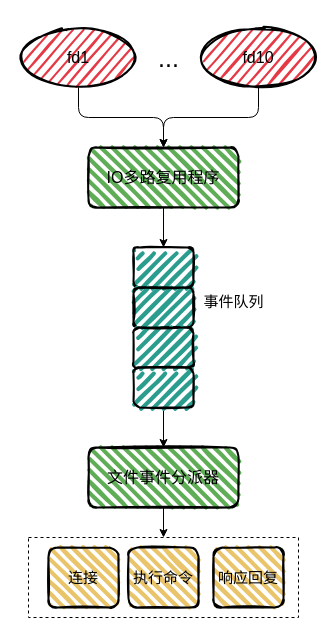
Above: redis/redis.drawio in boilingfrog/Go-POINT (draw.io), before the change. Source tidied: cells renumbered, new cells numbered last; positions are measured from the earlier drawing's top-left corner, leaving out a move shared by most shapes. Both pictures are drawn from the tidied source at 100%, with x=0, y=0 at pixel (18, 27).
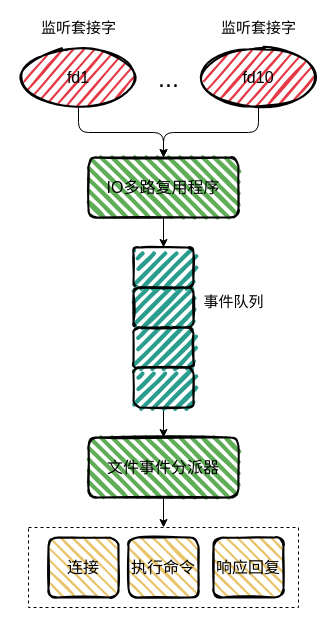
After the change.

Commit message (it also covers changes not shown here):
feat:redis 的 IO 多路复用

Diff of the diagram source:
```diff
@@
+    <mxCell id="20" style="verticalLabelPosition=bottom;verticalAlign=top;html=1;shape=mxgraph.basic.rect;fillColor2=none;strokeWidth=1;size=20;indent=5;fillColor=none;dashed=1;" parent="1" vertex="1">
+      <mxGeometry x="10" y="500" width="270" height="80" as="geometry" />
+    </mxCell>
@@
     <mxCell id="3" value="IO多路复用程序" style="rounded=1;whiteSpace=wrap;html=1;strokeWidth=2;fillWeight=4;hachureGap=8;hachureAngle=45;fillColor=#5FAD56;sketch=1;fontSize=16;" parent="1" vertex="1">
-      <mxGeometry x="70" y="120" width="150" height="60" as="geometry" />
+      <mxGeometry x="70" y="130" width="150" height="60" as="geometry" />
     </mxCell>
@@
     <mxCell id="5" value="fd1" style="ellipse;whiteSpace=wrap;html=1;strokeWidth=2;fillWeight=2;hachureGap=8;fillColor=#E63946;fillStyle=dots;sketch=1;fontSize=16;" parent="1" vertex="1">
-      <mxGeometry width="120" height="60" as="geometry" />
+      <mxGeometry y="20" width="120" height="60" as="geometry" />
     </mxCell>
@@
     <mxCell id="7" value="fd10" style="ellipse;whiteSpace=wrap;html=1;strokeWidth=2;fillWeight=2;hachureGap=8;fillColor=#E63946;fillStyle=dots;sketch=1;fontSize=16;" parent="1" vertex="1">
-      <mxGeometry x="180" width="120" height="60" as="geometry" />
+      <mxGeometry x="180" y="20" width="120" height="60" as="geometry" />
     </mxCell>
     <mxCell id="8" value="&lt;font style=&quot;font-size: 25px&quot;&gt;...&lt;/font&gt;" style="text;html=1;align=center;verticalAlign=middle;strokeColor=none;fillColor=none;fontSize=16;strokeWidth=2;" parent="1" vertex="1">
-      <mxGeometry x="130" y="15" width="40" height="30" as="geometry" />
+      <mxGeometry x="130" y="35" width="40" height="30" as="geometry" />
     </mxCell>
@@
     <mxCell id="15" value="文件事件分派器" style="rounded=1;whiteSpace=wrap;html=1;strokeWidth=2;fillWeight=4;hachureGap=8;hachureAngle=45;fillColor=#5FAD56;sketch=1;fontSize=16;" parent="1" vertex="1">
-      <mxGeometry x="70" y="420" width="150" height="60" as="geometry" />
+      <mxGeometry x="70" y="410" width="150" height="60" as="geometry" />
     </mxCell>
@@
-    <mxCell id="17" value="连接" style="rounded=1;whiteSpace=wrap;html=1;strokeWidth=2;fillWeight=4;hachureGap=8;hachureAngle=45;fillColor=#E9C46A;sketch=1;fontSize=15;" parent="1" vertex="1">
-      <mxGeometry x="30" y="520" width="70" height="60" as="geometry" />
+    <mxCell id="17" value="连接" style="rounded=1;whiteSpace=wrap;html=1;strokeWidth=2;fillWeight=2;hachureGap=8;hachureAngle=45;fillColor=#E9C46A;sketch=1;fontSize=16;fillStyle=dots;" parent="1" vertex="1">
+      <mxGeometry x="30" y="510" width="70" height="60" as="geometry" />
     </mxCell>
-    <mxCell id="18" value="执行命令" style="rounded=1;whiteSpace=wrap;html=1;strokeWidth=2;fillWeight=4;hachureGap=8;hachureAngle=45;fillColor=#E9C46A;sketch=1;fontSize=15;" parent="1" vertex="1">
-      <mxGeometry x="110" y="520" width="70" height="60" as="geometry" />
+    <mxCell id="18" value="执行命令" style="rounded=1;whiteSpace=wrap;html=1;strokeWidth=2;fillWeight=2;hachureGap=8;hachureAngle=45;fillColor=#E9C46A;sketch=1;fontSize=16;fillStyle=dots;" parent="1" vertex="1">
+      <mxGeometry x="110" y="510" width="70" height="60" as="geometry" />
     </mxCell>
-    <mxCell id="19" value="响应回复" style="rounded=1;whiteSpace=wrap;html=1;strokeWidth=2;fillWeight=4;hachureGap=8;hachureAngle=45;fillColor=#E9C46A;sketch=1;fontSize=15;" parent="1" vertex="1">
-      <mxGeometry x="195" y="520" width="70" height="60" as="geometry" />
+    <mxCell id="19" value="响应回复" style="rounded=1;whiteSpace=wrap;html=1;strokeWidth=2;fillWeight=2;hachureGap=8;hachureAngle=45;fillColor=#E9C46A;sketch=1;fontSize=16;fillStyle=dots;" parent="1" vertex="1">
+      <mxGeometry x="195" y="510" width="70" height="60" as="geometry" />
     </mxCell>
-    <mxCell id="20" style="verticalLabelPosition=bottom;verticalAlign=top;html=1;shape=mxgraph.basic.rect;fillColor2=none;strokeWidth=1;size=20;indent=5;fillColor=none;dashed=1;" parent="1" vertex="1">
-      <mxGeometry x="10" y="510" width="270" height="80" as="geometry" />
-    </mxCell>
+    <mxCell id="21" value="监听套接字" style="text;html=1;align=center;verticalAlign=middle;strokeColor=none;fillColor=none;fontSize=15;" parent="1" vertex="1">
+      <mxGeometry x="15" y="-10" width="90" height="20" as="geometry" />
+    </mxCell>
+    <mxCell id="22" value="监听套接字" style="text;html=1;align=center;verticalAlign=middle;strokeColor=none;fillColor=none;fontSize=15;" parent="1" vertex="1">
+      <mxGeometry x="195" y="-10" width="90" height="20" as="geometry" />
+    </mxCell>
```
